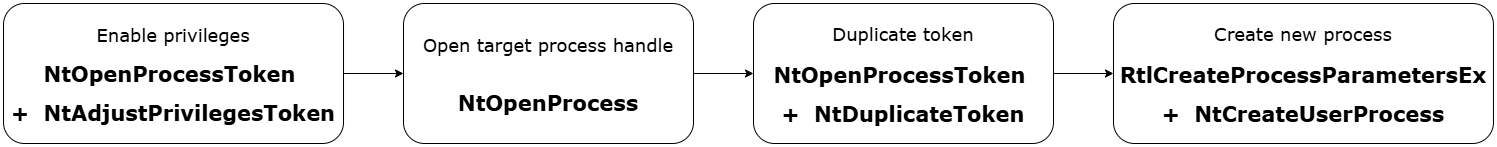
This is images/nativetokenstealer/esquema.png from ricardojoserf/ricardojoserf.github.io, a draw.io export, as it was before one commit. Source tidied: cells renumbered, new cells last; positions are measured from the earlier drawing's top-left corner, leaving out a move shared by most shapes.
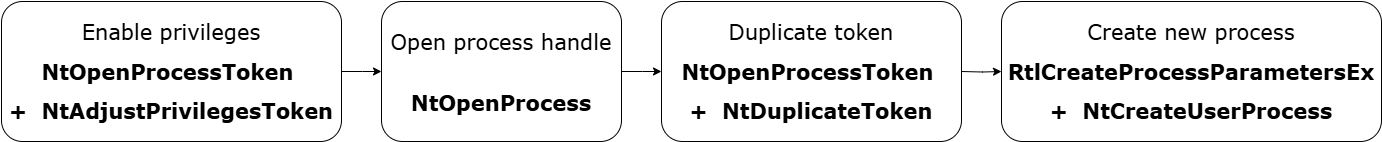
After the commit.

Diff of the diagram source:
```diff
@@ -2,35 +2,42 @@
   <root>
     <mxCell id="0" />
     <mxCell id="1" parent="0" />
-    <mxCell id="2" style="edgeStyle=orthogonalEdgeStyle;rounded=0;orthogonalLoop=1;jettySize=auto;html=1;entryX=0;entryY=0.5;entryDx=0;entryDy=0;fontSize=21;" parent="1" edge="1">
+    <mxCell id="2" style="edgeStyle=orthogonalEdgeStyle;rounded=0;orthogonalLoop=1;jettySize=auto;html=1;fontSize=21;" parent="1" edge="1">
       <mxGeometry relative="1" as="geometry">
-        <mxPoint x="340" y="70" as="sourcePoint" />
-        <mxPoint x="400" y="70" as="targetPoint" />
+        <mxPoint x="430" y="70" as="sourcePoint" />
+        <mxPoint x="470" y="70" as="targetPoint" />
+        <Array as="points">
+          <mxPoint x="451" y="70" />
+          <mxPoint x="451" y="70" />
+        </Array>
       </mxGeometry>
     </mxCell>
-    <mxCell id="3" value="&lt;font style=&quot;line-height: 190%;&quot;&gt;&lt;font style=&quot;font-size: 18px; line-height: 190%;&quot;&gt;Enable privileges&lt;/font&gt;&lt;br style=&quot;border-color: var(--border-color); font-size: 21px;&quot;&gt;&lt;b&gt;NtOpenProcessToken&amp;nbsp;&lt;/b&gt;&lt;/font&gt;&lt;div&gt;&lt;font style=&quot;line-height: 190%;&quot;&gt;&lt;b&gt;+&amp;nbsp; NtAdjustPrivilegesToken&lt;/b&gt;&lt;/font&gt;&lt;/div&gt;" style="rounded=1;whiteSpace=wrap;html=1;fontFamily=Verdana;fontSize=21;" parent="1" vertex="1">
-      <mxGeometry width="340" height="140" as="geometry" />
+    <mxCell id="3" value="&lt;font style=&quot;line-height: 190%;&quot;&gt;&lt;font&gt;&lt;font style=&quot;line-height: 190%;&quot;&gt;Enable privileges&lt;/font&gt;&lt;br style=&quot;border-color: var(--border-color);&quot;&gt;&lt;/font&gt;&lt;b&gt;NtOpenProcessToken&amp;nbsp;&lt;/b&gt;&lt;/font&gt;&lt;div&gt;&lt;font style=&quot;line-height: 190%;&quot;&gt;&lt;b&gt;+&amp;nbsp; NtAdjustPrivilegesToken&lt;/b&gt;&lt;/font&gt;&lt;/div&gt;" style="rounded=1;whiteSpace=wrap;html=1;fontFamily=Verdana;fontSize=21;" parent="1" vertex="1">
+      <mxGeometry x="90" width="340" height="140" as="geometry" />
     </mxCell>
-    <mxCell id="4" value="&lt;div style=&quot;line-height: 140%;&quot;&gt;&lt;font&gt;&lt;font style=&quot;font-size: 18px; line-height: 140%;&quot;&gt;Open target process handle&lt;/font&gt;&lt;br style=&quot;border-color: var(--border-color); font-size: 21px;&quot;&gt;&lt;b&gt;&lt;br&gt;&lt;/b&gt;&lt;/font&gt;&lt;div&gt;&lt;font&gt;&lt;b&gt;NtOpenProcess&lt;/b&gt;&lt;/font&gt;&lt;/div&gt;&lt;/div&gt;" style="rounded=1;whiteSpace=wrap;html=1;fontFamily=Verdana;fontSize=21;" parent="1" vertex="1">
-      <mxGeometry x="400" width="290" height="140" as="geometry" />
+    <mxCell id="4" value="&lt;div style=&quot;line-height: 140%;&quot;&gt;&lt;font&gt;&lt;font style=&quot;line-height: 160%;&quot;&gt;&lt;font&gt;Open process handle&lt;/font&gt;&lt;br style=&quot;border-color: var(--border-color);&quot;&gt;&lt;/font&gt;&lt;b&gt;&lt;br&gt;&lt;/b&gt;&lt;/font&gt;&lt;div&gt;&lt;font&gt;&lt;b&gt;NtOpenProcess&lt;/b&gt;&lt;/font&gt;&lt;/div&gt;&lt;/div&gt;" style="rounded=1;whiteSpace=wrap;html=1;fontFamily=Verdana;fontSize=21;" parent="1" vertex="1">
+      <mxGeometry x="470" width="240" height="140" as="geometry" />
     </mxCell>
     <mxCell id="5" style="edgeStyle=orthogonalEdgeStyle;rounded=0;orthogonalLoop=1;jettySize=auto;html=1;entryX=0;entryY=0.5;entryDx=0;entryDy=0;fontSize=21;" parent="1" edge="1">
       <mxGeometry relative="1" as="geometry">
-        <mxPoint x="690" y="70" as="sourcePoint" />
+        <mxPoint x="710" y="70" as="sourcePoint" />
         <mxPoint x="750" y="70" as="targetPoint" />
+        <Array as="points">
+          <mxPoint x="731" y="70" />
+          <mxPoint x="731" y="70" />
+        </Array>
       </mxGeometry>
     </mxCell>
-    <mxCell id="6" value="&lt;font style=&quot;line-height: 190%;&quot;&gt;&lt;span style=&quot;font-size: 18px;&quot;&gt;Duplicate token&lt;/span&gt;&lt;/font&gt;&lt;div&gt;&lt;font style=&quot;line-height: 190%;&quot;&gt;&lt;b&gt;NtOpenProcessToken&amp;nbsp;&lt;/b&gt;&lt;/font&gt;&lt;div&gt;&lt;font style=&quot;line-height: 190%;&quot;&gt;&lt;b&gt;+&amp;nbsp; NtDuplicateToken&lt;/b&gt;&lt;/font&gt;&lt;/div&gt;&lt;/div&gt;" style="rounded=1;whiteSpace=wrap;html=1;fontFamily=Verdana;fontSize=21;" parent="1" vertex="1">
+    <mxCell id="6" value="&lt;font style=&quot;line-height: 190%;&quot;&gt;Duplicate token&lt;/font&gt;&lt;div&gt;&lt;font style=&quot;line-height: 190%;&quot;&gt;&lt;b&gt;NtOpenProcessToken&amp;nbsp;&lt;/b&gt;&lt;/font&gt;&lt;div&gt;&lt;font style=&quot;line-height: 190%;&quot;&gt;&lt;b&gt;+&amp;nbsp; NtDuplicateToken&lt;/b&gt;&lt;/font&gt;&lt;/div&gt;&lt;/div&gt;" style="rounded=1;whiteSpace=wrap;html=1;fontFamily=Verdana;fontSize=21;" parent="1" vertex="1">
       <mxGeometry x="750" width="300" height="140" as="geometry" />
     </mxCell>
-    <mxCell id="7" style="edgeStyle=orthogonalEdgeStyle;rounded=0;orthogonalLoop=1;jettySize=auto;html=1;entryX=0;entryY=0.5;entryDx=0;entryDy=0;fontSize=21;" parent="1" edge="1">
+    <mxCell id="7" style="edgeStyle=orthogonalEdgeStyle;rounded=0;jettySize=auto;html=1;entryX=0;entryY=0.5;entryDx=0;entryDy=0;fontSize=21;" parent="1" edge="1" target="8">
       <mxGeometry relative="1" as="geometry">
         <mxPoint x="1050" y="70" as="sourcePoint" />
-        <mxPoint x="1110" y="70" as="targetPoint" />
       </mxGeometry>
     </mxCell>
-    <mxCell id="8" value="&lt;div&gt;&lt;font style=&quot;line-height: 190%;&quot;&gt;&lt;span style=&quot;font-size: 18px;&quot;&gt;Create new process&lt;/span&gt;&lt;/font&gt;&lt;/div&gt;&lt;div&gt;&lt;font style=&quot;line-height: 190%;&quot;&gt;&lt;b&gt;RtlCreateProcessParametersEx&lt;/b&gt;&lt;/font&gt;&lt;div&gt;&lt;font style=&quot;line-height: 190%;&quot;&gt;&lt;b&gt;+&amp;nbsp; NtCreateUserProcess&lt;/b&gt;&lt;/font&gt;&lt;/div&gt;&lt;/div&gt;" style="rounded=1;whiteSpace=wrap;html=1;fontFamily=Verdana;fontSize=21;" parent="1" vertex="1">
-      <mxGeometry x="1110" width="380" height="140" as="geometry" />
+    <mxCell id="8" value="&lt;div&gt;&lt;font style=&quot;line-height: 190%;&quot;&gt;Create new process&lt;/font&gt;&lt;/div&gt;&lt;div&gt;&lt;font style=&quot;line-height: 190%;&quot;&gt;&lt;b&gt;RtlCreateProcessParametersEx&lt;/b&gt;&lt;/font&gt;&lt;div&gt;&lt;font style=&quot;line-height: 190%;&quot;&gt;&lt;b&gt;+&amp;nbsp; NtCreateUserProcess&lt;/b&gt;&lt;/font&gt;&lt;/div&gt;&lt;/div&gt;" style="rounded=1;whiteSpace=wrap;html=1;fontFamily=Verdana;fontSize=21;" parent="1" vertex="1">
+      <mxGeometry x="1090" width="380" height="140" as="geometry" />
     </mxCell>
   </root>
 </mxGraphModel>
```
